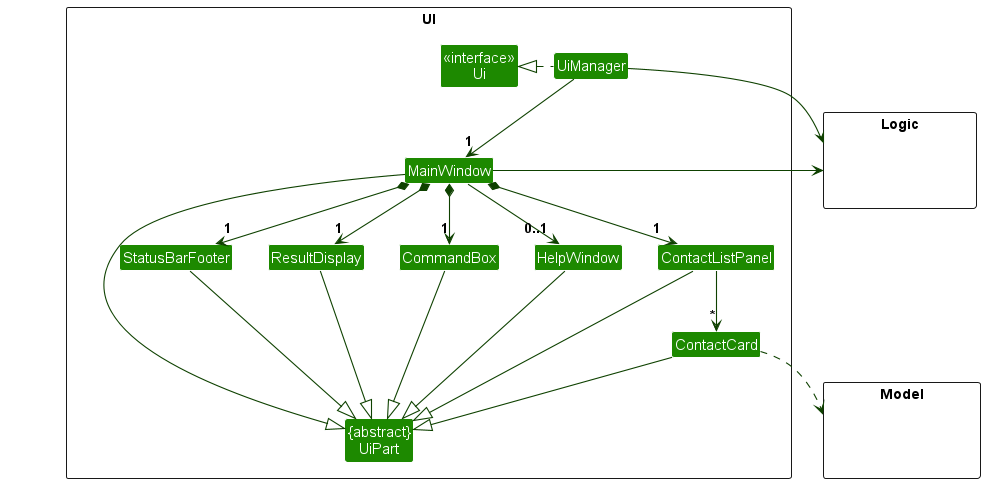
Above: docs/images/UiClassDiagram.png in nus-cs2103-AY2324S1/tp (PlantUML), before the change.
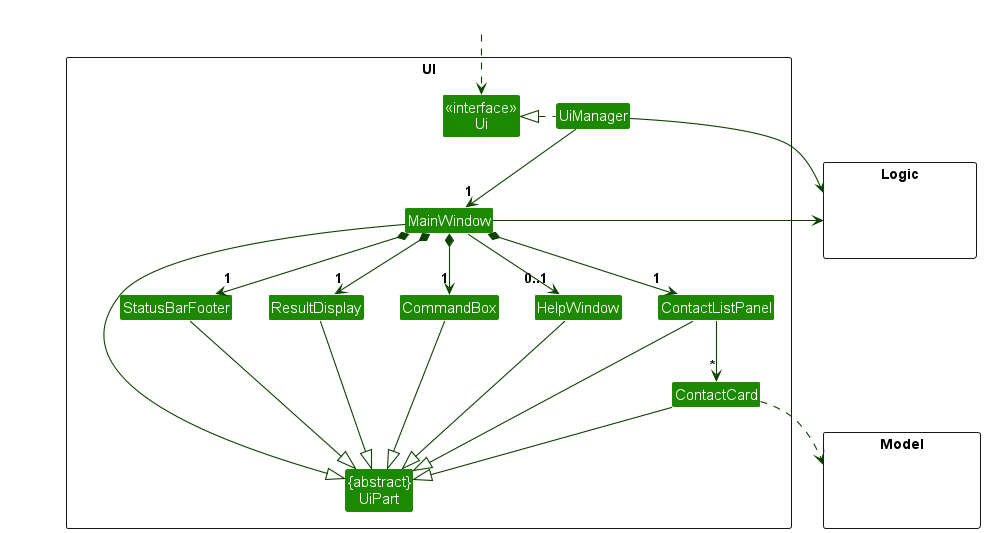
After the change.

Change to the diagram source:
```diff
@@ -26,6 +26,7 @@
 }
 
 Class HiddenOutside #FFFFFF
+HiddenOutside ..> Ui
 
 UiManager .left.|> Ui
 UiManager -down-> "1" MainWindow
```
